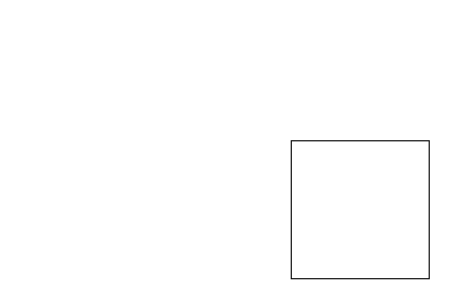
pananess/pananess keeps this draw.io diagram as Untitled Diagram.drawio. Above is the earlier version. Source tidied: cells renumbered, new cells numbered last; positions are measured from the earlier drawing's top-left corner, leaving out a move shared by most shapes. Both pictures are drawn from the tidied source at 114%, with x=0, y=0 at pixel (291, 140).
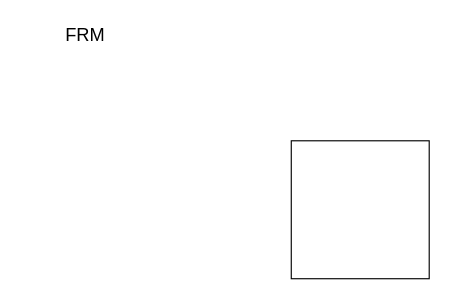
The same page after the edit.

The edit, as a diff of the source:
```diff
@@
 <mxGraphModel>
   <root>
     <mxCell id="0" />
     <mxCell id="1" parent="0" />
     <mxCell id="2" style="whiteSpace=wrap;html=1;fontSize=16;" parent="1" vertex="1">
       <mxGeometry width="121" height="121" as="geometry" />
     </mxCell>
+    <mxCell id="3" value="FRM" style="text;strokeColor=none;fillColor=none;html=1;align=center;verticalAlign=middle;whiteSpace=wrap;rounded=0;fontSize=16;" parent="1" vertex="1">
+      <mxGeometry x="-238" y="-106" width="115" height="26" as="geometry" />
+    </mxCell>
   </root>
 </mxGraphModel>
```
